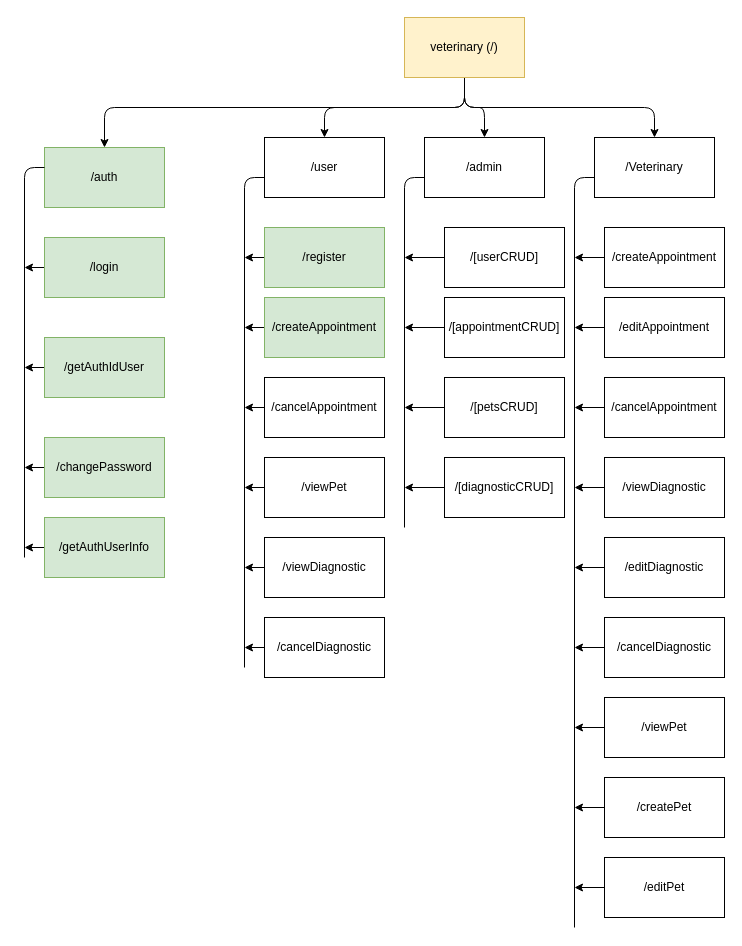
Before: diagrams/NAV.drawio in fernandoach/API-VETERINARY, a draw.io diagram. Source tidied: cells renumbered, new cells numbered last; positions are measured from the earlier drawing's top-left corner, leaving out a move shared by most shapes. Both pictures are drawn from the tidied source at 100%, with x=0, y=0 at pixel (24, 17).
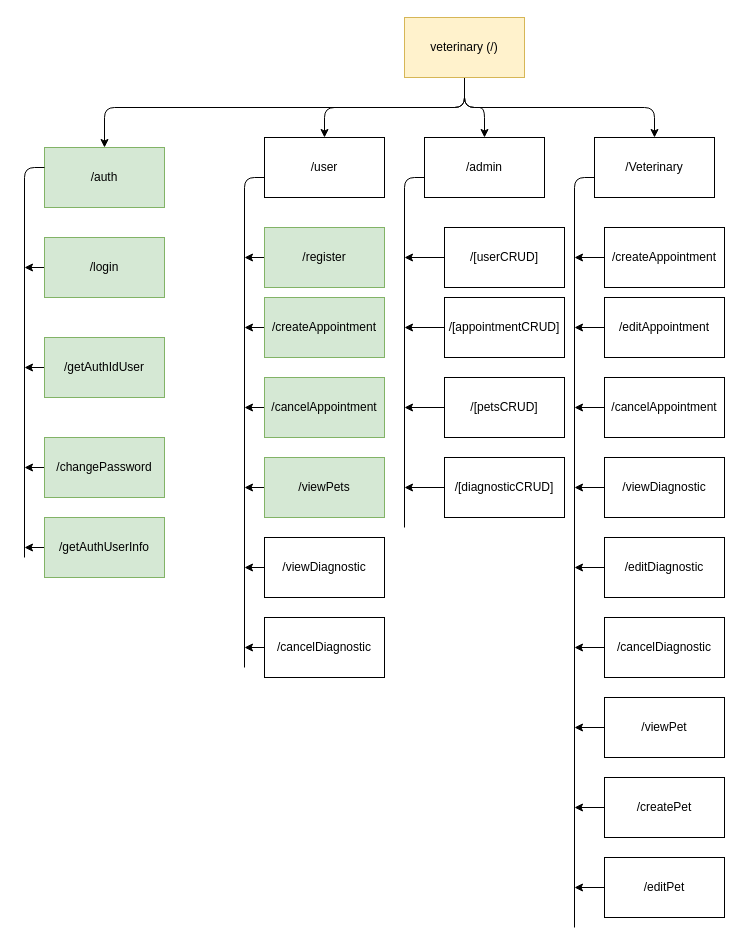
The same diagram, later.

Commit message (it also covers changes not shown here):
ADD: /user/viewPets (The authenticated user can view a list of his pets {idPet, name, species, race, gender, weight, birthday})

The edit, as a diff of the source:
```diff
@@
-    <mxCell id="41" value="/viewPet" style="rounded=0;whiteSpace=wrap;html=1;" parent="1" vertex="1">
+    <mxCell id="41" value="/viewPets" style="rounded=0;whiteSpace=wrap;html=1;fillColor=#d5e8d4;strokeColor=#82b366;" parent="1" vertex="1">
       <mxGeometry x="240" y="440" width="120" height="60" as="geometry" />
     </mxCell>
@@
-    <mxCell id="51" value="/cancelAppointment" style="rounded=0;whiteSpace=wrap;html=1;" parent="1" vertex="1">
+    <mxCell id="51" value="/cancelAppointment" style="rounded=0;whiteSpace=wrap;html=1;fillColor=#d5e8d4;strokeColor=#82b366;" parent="1" vertex="1">
       <mxGeometry x="240" y="360" width="120" height="60" as="geometry" />
     </mxCell>
```
